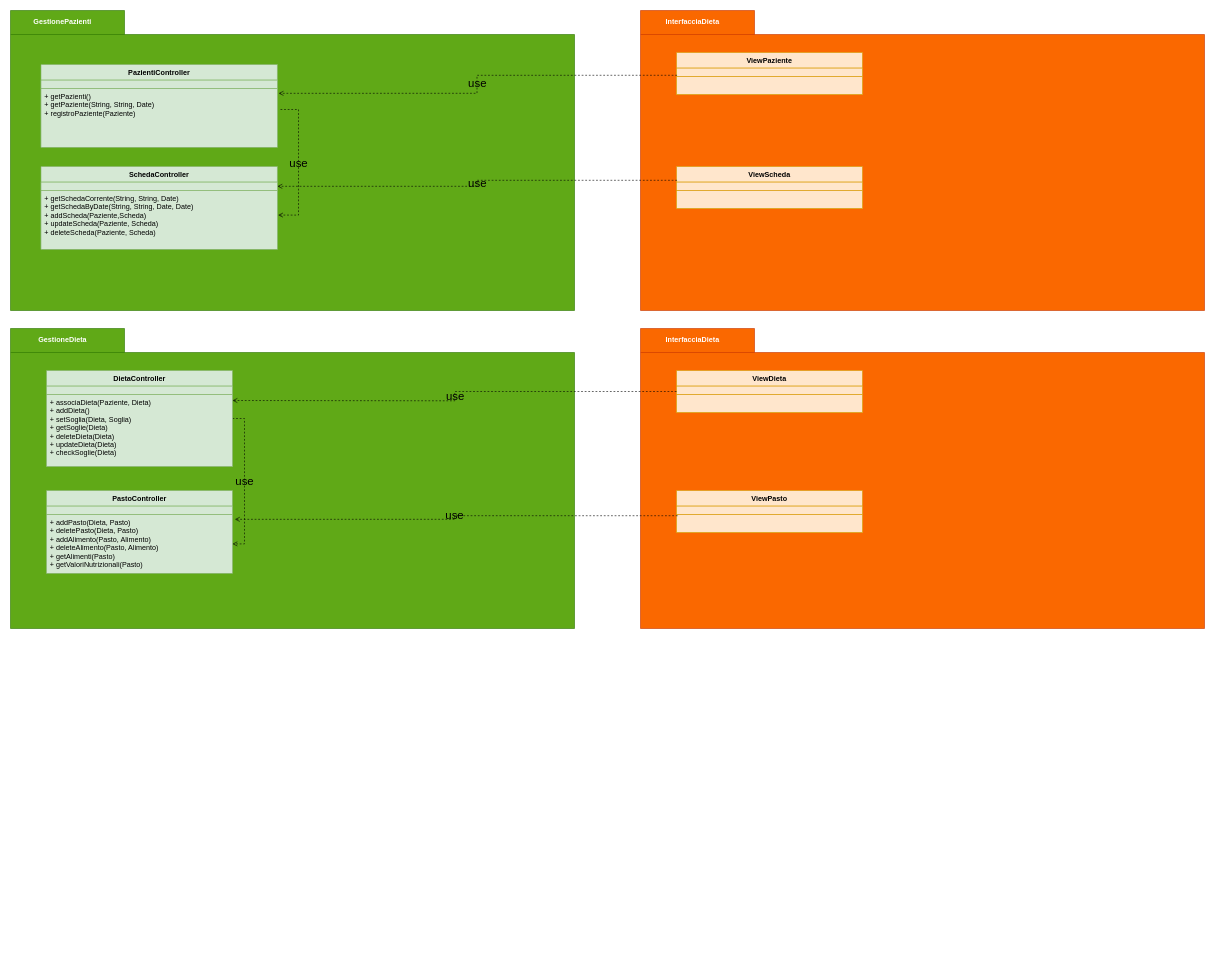
Above: GestionePazienteControoler(1).drawio in DeborohNoah/IngSoft (draw.io), before the change. Source tidied: cells renumbered, new cells numbered last; positions are measured from the earlier drawing's top-left corner, leaving out a move shared by most shapes. Both pictures are drawn from the tidied source at 60%, with x=0, y=0 at pixel (10, 10).
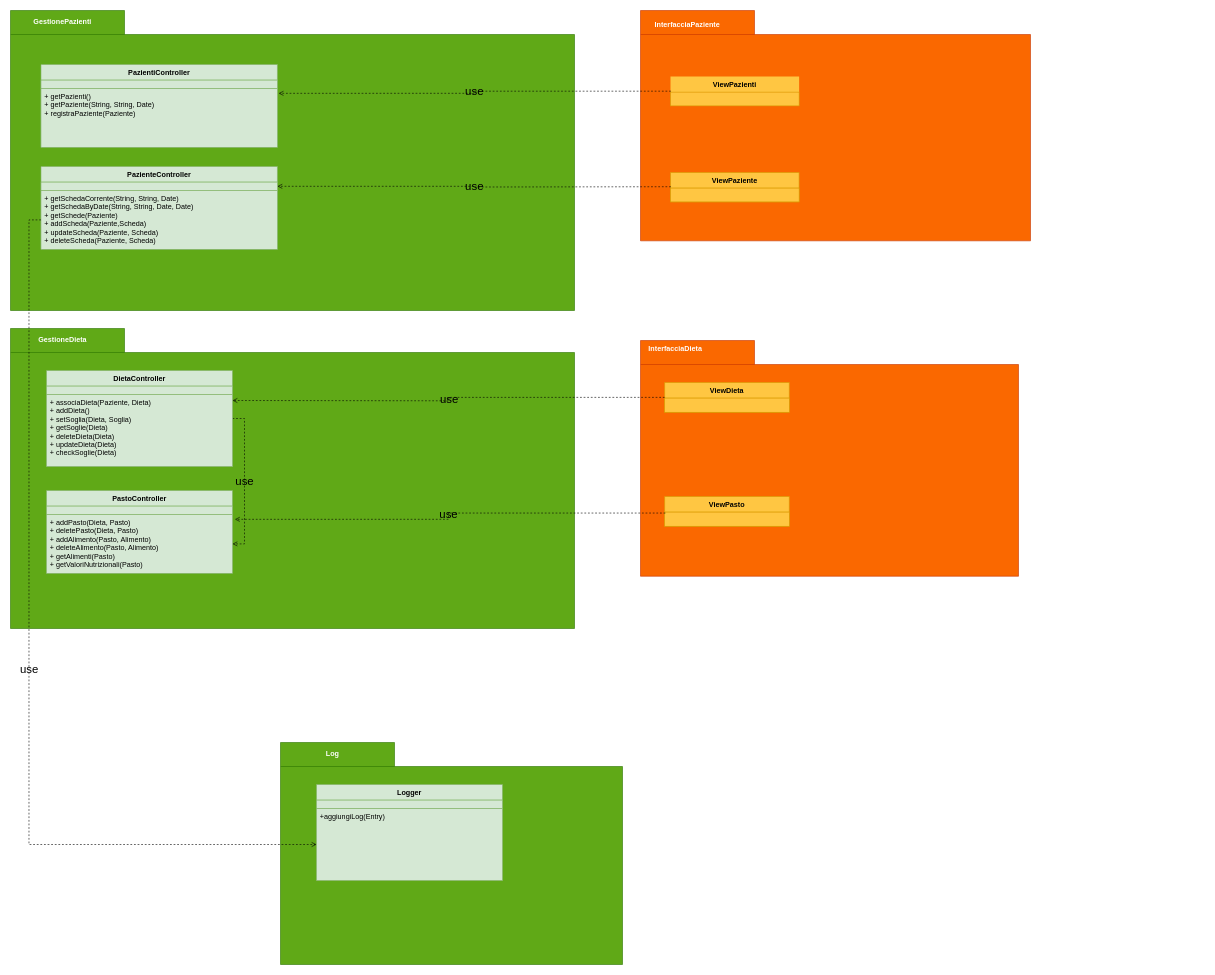
Above is the later version.

The change refers to these unchanged cells:
```xml
<mxCell id="2" style="group;" parent="1" vertex="1">
  <mxGeometry width="940" height="500" as="geometry" />
</mxCell>
<mxCell id="5" value="PazientiController" style="swimlane;fontStyle=1;align=center;verticalAlign=top;horizontal=1;startSize=26;fillColor=#d5e8d4;strokeColor=#82b366;" parent="2" vertex="1">
  <mxGeometry x="50.8" y="90" width="394.1" height="138" as="geometry" />
</mxCell>
<mxCell id="9" style="text;align=left;verticalAlign=top;spacingLeft=4;spacingRight=4;overflow=hidden;points=[[0,0.5],[1,0.5]];portConstraint=eastwest;fillColor=#d5e8d4;strokeColor=#82b366;" parent="8" vertex="1">
  <mxGeometry y="26" width="394.1" height="14" as="geometry" />
</mxCell>
```

What changed in the source:
```diff
@@
-    <mxCell id="7" value="+ getPazienti()&#10;+ getPaziente(String, String, Date)&#10;+ registroPaziente(Paziente)&#10;&#10;&#10;&#10;" style="text;strokeColor=#82b366;fillColor=#d5e8d4;align=left;verticalAlign=top;spacingLeft=4;spacingRight=4;overflow=hidden;points=[[0,0.5],[1,0.5]];portConstraint=eastwest;" parent="5" vertex="1">
+    <mxCell id="7" value="+ getPazienti()&#10;+ getPaziente(String, String, Date)&#10;+ registraPaziente(Paziente)&#10;&#10;&#10;&#10;" style="text;strokeColor=#82b366;fillColor=#d5e8d4;align=left;verticalAlign=top;spacingLeft=4;spacingRight=4;overflow=hidden;points=[[0,0.5],[1,0.5]];portConstraint=eastwest;" parent="5" vertex="1">
       <mxGeometry y="40" width="394.1" height="98" as="geometry" />
     </mxCell>
-    <mxCell id="8" value="SchedaController" style="swimlane;fontStyle=1;align=center;verticalAlign=top;horizontal=1;startSize=26;fillColor=#d5e8d4;strokeColor=#82b366;" parent="2" vertex="1">
+    <mxCell id="8" value="PazienteController" style="swimlane;fontStyle=1;align=center;verticalAlign=top;horizontal=1;startSize=26;fillColor=#d5e8d4;strokeColor=#82b366;" parent="2" vertex="1">
       <mxGeometry x="50.8" y="260" width="394.1" height="138" as="geometry" />
     </mxCell>
@@
-    <mxCell id="10" value="+ getSchedaCorrente(String, String, Date)&#10;+ getSchedaByDate(String, String, Date, Date)&#10;+ addScheda(Paziente,Scheda)&#10;+ updateScheda(Paziente, Scheda)&#10;+ deleteScheda(Paziente, Scheda)&#10;&#10;&#10;" style="text;strokeColor=#82b366;fillColor=#d5e8d4;align=left;verticalAlign=top;spacingLeft=4;spacingRight=4;overflow=hidden;points=[[0,0.5],[1,0.5]];portConstraint=eastwest;" parent="8" vertex="1">
+    <mxCell id="10" value="+ getSchedaCorrente(String, String, Date)&#10;+ getSchedaByDate(String, String, Date, Date)&#10;+ getSchede(Paziente)&#10;+ addScheda(Paziente,Scheda)&#10;+ updateScheda(Paziente, Scheda)&#10;+ deleteScheda(Paziente, Scheda)&#10;&#10;&#10;" style="text;strokeColor=#82b366;fillColor=#d5e8d4;align=left;verticalAlign=top;spacingLeft=4;spacingRight=4;overflow=hidden;points=[[0,0.5],[1,0.5]];portConstraint=eastwest;" parent="8" vertex="1">
       <mxGeometry y="40" width="394.1" height="98" as="geometry" />
     </mxCell>
-    <mxCell id="11" value="use" style="edgeStyle=orthogonalEdgeStyle;rounded=0;jettySize=auto;html=1;endArrow=open;endFill=0;dashed=1;labelBackgroundColor=none;exitX=1.013;exitY=0.357;exitDx=0;exitDy=0;entryX=1.003;entryY=0.418;entryDx=0;entryDy=0;fontSize=19;exitPerimeter=0;entryPerimeter=0;" parent="2" edge="1" source="7" target="10">
-      <mxGeometry relative="1" as="geometry">
-        <Array as="points">
-          <mxPoint x="480" y="165" />
-          <mxPoint x="480" y="341" />
-        </Array>
-      </mxGeometry>
-    </mxCell>
@@
     <mxCell id="22" style="group;fillColor=none;" parent="1" vertex="1">
-      <mxGeometry x="1050" y="530" width="940" height="560" as="geometry" />
+      <mxGeometry x="1050" y="550" width="630" height="440" as="geometry" />
     </mxCell>
     <mxCell id="23" style="shape=folder;fontStyle=1;spacingTop=10;tabWidth=190;tabHeight=40;tabPosition=left;html=1;fillColor=#fa6800;strokeColor=#C73500;fontColor=#000000;" parent="22" vertex="1">
-      <mxGeometry width="940" height="500" as="geometry" />
+      <mxGeometry width="630" height="392.9" as="geometry" />
     </mxCell>
     <mxCell id="24" value="InterfacciaDieta" style="text;align=center;fontStyle=1;verticalAlign=middle;spacingLeft=3;spacingRight=3;fontColor=#FFFFFF;" parent="22" vertex="1">
-      <mxGeometry x="17.2" y="0.8" width="139.5" height="33.3" as="geometry" />
+      <mxGeometry x="11.5" y="0.7" width="93.5" height="26.2" as="geometry" />
     </mxCell>
-    <mxCell id="25" value="ViewDieta" style="swimlane;fontStyle=1;align=center;verticalAlign=top;horizontal=1;startSize=26;fillColor=#ffe6cc;strokeColor=#d79b00;" parent="22" vertex="1">
-      <mxGeometry x="60" y="70" width="310" height="70" as="geometry" />
+    <mxCell id="25" value="ViewDieta" style="swimlane;fontStyle=1;align=center;verticalAlign=top;horizontal=1;startSize=26;fillColor=#FFC642;strokeColor=#d79b00;" parent="22" vertex="1">
+      <mxGeometry x="40.2" y="70" width="207.8" height="49.6" as="geometry" />
     </mxCell>
-    <mxCell id="26" style="text;align=left;verticalAlign=top;spacingLeft=4;spacingRight=4;overflow=hidden;fillColor=#ffe6cc;strokeColor=#d79b00;" parent="25" vertex="1">
-      <mxGeometry y="26" width="310" height="14" as="geometry" />
-    </mxCell>
-    <mxCell id="27" style="text;strokeColor=#d79b00;fillColor=#ffe6cc;align=left;verticalAlign=top;spacingLeft=4;spacingRight=4;overflow=hidden;" parent="25" vertex="1">
-      <mxGeometry y="40" width="310" height="30" as="geometry" />
+    <mxCell id="27" style="text;strokeColor=#d79b00;fillColor=#FFC642;align=left;verticalAlign=top;spacingLeft=4;spacingRight=4;overflow=hidden;" parent="25" vertex="1">
+      <mxGeometry y="26" width="207.8" height="23.6" as="geometry" />
     </mxCell>
-    <mxCell id="28" value="ViewPasto" style="swimlane;fontStyle=1;align=center;verticalAlign=top;horizontal=1;startSize=26;fillColor=#ffe6cc;strokeColor=#d79b00;" parent="22" vertex="1">
-      <mxGeometry x="60" y="270" width="310" height="70" as="geometry" />
+    <mxCell id="28" value="ViewPasto" style="swimlane;fontStyle=1;align=center;verticalAlign=top;horizontal=1;startSize=26;fillColor=#FFC642;strokeColor=#d79b00;" parent="22" vertex="1">
+      <mxGeometry x="40.2" y="260" width="207.8" height="49.6" as="geometry" />
     </mxCell>
-    <mxCell id="29" style="text;align=left;verticalAlign=top;spacingLeft=4;spacingRight=4;overflow=hidden;fillColor=#ffe6cc;strokeColor=#d79b00;" parent="28" vertex="1">
-      <mxGeometry y="26" width="310" height="14" as="geometry" />
-    </mxCell>
-    <mxCell id="30" value="&#10;&#10;&#10;&#10;&#10;" style="text;strokeColor=#d79b00;fillColor=#ffe6cc;align=left;verticalAlign=top;spacingLeft=4;spacingRight=4;overflow=hidden;points=[[0,0.5],[1,0.5]];portConstraint=eastwest;" parent="28" vertex="1">
-      <mxGeometry y="40" width="310" height="30" as="geometry" />
+    <mxCell id="30" value="&#10;&#10;&#10;&#10;&#10;" style="text;strokeColor=#d79b00;fillColor=#FFC642;align=left;verticalAlign=top;spacingLeft=4;spacingRight=4;overflow=hidden;points=[[0,0.5],[1,0.5]];portConstraint=eastwest;" parent="28" vertex="1">
+      <mxGeometry y="26" width="207.8" height="23.6" as="geometry" />
     </mxCell>
@@
     <mxCell id="33" style="group;fillColor=none;" parent="1" vertex="1">
-      <mxGeometry x="1050" width="940" height="560" as="geometry" />
+      <mxGeometry x="1050" width="650" height="430" as="geometry" />
     </mxCell>
     <mxCell id="34" style="shape=folder;fontStyle=1;spacingTop=10;tabWidth=190;tabHeight=40;tabPosition=left;html=1;fillColor=#fa6800;strokeColor=#C73500;fontColor=#000000;" parent="33" vertex="1">
-      <mxGeometry width="940" height="500" as="geometry" />
+      <mxGeometry width="650" height="383.9" as="geometry" />
     </mxCell>
-    <mxCell id="35" value="InterfacciaDieta" style="text;align=center;fontStyle=1;verticalAlign=middle;spacingLeft=3;spacingRight=3;fontColor=#FFFFFF;" parent="33" vertex="1">
-      <mxGeometry x="17.2" y="0.8" width="139.5" height="33.3" as="geometry" />
+    <mxCell id="35" value="InterfacciaPaziente" style="text;align=center;fontStyle=1;verticalAlign=middle;spacingLeft=3;spacingRight=3;fontColor=#FFFFFF;" parent="33" vertex="1">
+      <mxGeometry x="30" y="10" width="96.5" height="25.6" as="geometry" />
     </mxCell>
+    <mxCell id="39" value="ViewPaziente" style="swimlane;fontStyle=1;align=center;verticalAlign=top;horizontal=1;startSize=26;fillColor=#FFC642;strokeColor=#d79b00;" parent="33" vertex="1">
+      <mxGeometry x="50" y="270" width="214.4" height="49" as="geometry" />
+    </mxCell>
+    <mxCell id="41" value="&#10;&#10;&#10;&#10;&#10;" style="text;strokeColor=#d79b00;fillColor=#FFC642;align=left;verticalAlign=top;spacingLeft=4;spacingRight=4;overflow=hidden;" parent="39" vertex="1">
+      <mxGeometry y="26" width="214.4" height="23" as="geometry" />
+    </mxCell>
-    <mxCell id="36" value="ViewPaziente" style="swimlane;fontStyle=1;align=center;verticalAlign=top;horizontal=1;startSize=26;fillColor=#ffe6cc;strokeColor=#d79b00;" parent="33" vertex="1">
-      <mxGeometry x="60" y="70" width="310" height="70" as="geometry" />
+    <mxCell id="36" value="ViewPazienti" style="swimlane;fontStyle=1;align=center;verticalAlign=top;horizontal=1;startSize=26;fillColor=#FFC642;strokeColor=none;" parent="33" vertex="1">
+      <mxGeometry x="50" y="110" width="214.4" height="49" as="geometry" />
     </mxCell>
-    <mxCell id="37" style="text;align=left;verticalAlign=top;spacingLeft=4;spacingRight=4;overflow=hidden;fillColor=#ffe6cc;strokeColor=#d79b00;" parent="36" vertex="1">
-      <mxGeometry y="26" width="310" height="14" as="geometry" />
-    </mxCell>
-    <mxCell id="38" style="text;strokeColor=#d79b00;fillColor=#ffe6cc;align=left;verticalAlign=top;spacingLeft=4;spacingRight=4;overflow=hidden;points=[[0,0.5],[1,0.5]];portConstraint=eastwest;" parent="36" vertex="1">
-      <mxGeometry y="40" width="310" height="30" as="geometry" />
+    <mxCell id="38" style="text;strokeColor=#d79b00;fillColor=#FFC642;align=left;verticalAlign=top;spacingLeft=4;spacingRight=4;overflow=hidden;points=[[0,0.5],[1,0.5]];portConstraint=eastwest;" parent="36" vertex="1">
+      <mxGeometry y="26" width="214.4" height="23" as="geometry" />
     </mxCell>
-    <mxCell id="39" value="ViewScheda" style="swimlane;fontStyle=1;align=center;verticalAlign=top;horizontal=1;startSize=26;fillColor=#ffe6cc;strokeColor=#d79b00;" parent="33" vertex="1">
-      <mxGeometry x="60" y="260" width="310" height="70" as="geometry" />
-    </mxCell>
-    <mxCell id="40" style="text;align=left;verticalAlign=top;spacingLeft=4;spacingRight=4;overflow=hidden;points=[[0,0.5],[1,0.5]];portConstraint=eastwest;fillColor=#ffe6cc;strokeColor=#d79b00;" parent="39" vertex="1">
-      <mxGeometry y="26" width="310" height="14" as="geometry" />
-    </mxCell>
-    <mxCell id="41" value="&#10;&#10;&#10;&#10;&#10;" style="text;strokeColor=#d79b00;fillColor=#ffe6cc;align=left;verticalAlign=top;spacingLeft=4;spacingRight=4;overflow=hidden;" parent="39" vertex="1">
-      <mxGeometry y="40" width="310" height="30" as="geometry" />
-    </mxCell>
@@
-    <mxCell id="43" value="use" style="edgeStyle=orthogonalEdgeStyle;rounded=0;jettySize=auto;html=1;labelBackgroundColor=none;fontSize=19;endArrow=open;endFill=0;dashed=1;exitX=0.003;exitY=-0.214;exitDx=0;exitDy=0;exitPerimeter=0;entryX=1;entryY=0.5;entryDx=0;entryDy=0;" parent="1" edge="1" source="40" target="9">
-      <mxGeometry relative="1" as="geometry" />
+    <mxCell id="43" value="use" style="edgeStyle=orthogonalEdgeStyle;rounded=0;jettySize=auto;html=1;labelBackgroundColor=none;fontSize=19;endArrow=open;endFill=0;dashed=1;exitX=0.003;exitY=-0.214;exitDx=0;exitDy=0;exitPerimeter=0;entryX=1;entryY=0.5;entryDx=0;entryDy=0;" parent="1" edge="1" target="9">
+      <mxGeometry relative="1" as="geometry">
+        <mxPoint x="1100.6" y="293.7" as="sourcePoint" />
+      </mxGeometry>
     </mxCell>
+    <mxCell id="44" style="shape=folder;fontStyle=1;spacingTop=10;tabWidth=190;tabHeight=40;tabPosition=left;html=1;fillColor=#60a917;strokeColor=#2D7600;fontColor=#ffffff;" parent="1" vertex="1">
+      <mxGeometry x="450" y="1220" width="570" height="370" as="geometry" />
+    </mxCell>
+    <mxCell id="45" value="Log" style="text;align=center;fontStyle=1;verticalAlign=middle;spacingLeft=3;spacingRight=3;fontColor=#FFFFFF;" parent="1" vertex="1">
+      <mxGeometry x="467.2" y="1220.8" width="139.5" height="33.3" as="geometry" />
+    </mxCell>
+    <mxCell id="46" value="Logger&#10;" style="swimlane;fontStyle=1;align=center;verticalAlign=top;horizontal=1;startSize=26;fillColor=#d5e8d4;strokeColor=#82b366;" parent="1" vertex="1">
+      <mxGeometry x="510" y="1290" width="310" height="160" as="geometry" />
+    </mxCell>
+    <mxCell id="47" style="text;align=left;verticalAlign=top;spacingLeft=4;spacingRight=4;overflow=hidden;fillColor=#d5e8d4;strokeColor=#82b366;" parent="46" vertex="1">
+      <mxGeometry y="26" width="310" height="14" as="geometry" />
+    </mxCell>
+    <mxCell id="48" value="+aggiungiLog(Entry)" style="text;strokeColor=#82b366;fillColor=#d5e8d4;align=left;verticalAlign=top;spacingLeft=4;spacingRight=4;overflow=hidden;points=[[0,0.5],[1,0.5]];portConstraint=eastwest;" parent="46" vertex="1">
+      <mxGeometry y="40" width="310" height="120" as="geometry" />
+    </mxCell>
+    <mxCell id="11" value="use" style="edgeStyle=orthogonalEdgeStyle;rounded=0;jettySize=auto;html=1;endArrow=open;endFill=0;dashed=1;labelBackgroundColor=none;exitX=0;exitY=0.5;exitDx=0;exitDy=0;fontSize=19;" parent="1" edge="1" source="10" target="48">
+      <mxGeometry relative="1" as="geometry" />
+    </mxCell>
```
